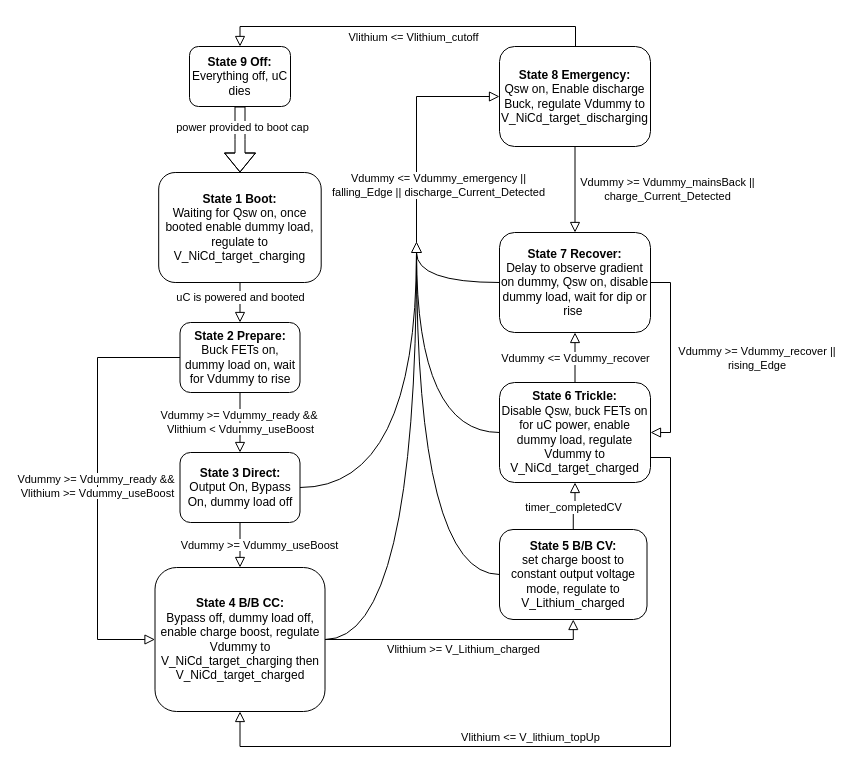
This is 202IntefaceFlowchart_CV.drawio from BStainthorpe/Flowcharts, a draw.io file, before an edit. Source tidied: cells renumbered, new cells numbered last; positions are measured from the earlier drawing's top-left corner, leaving out a move shared by most shapes. Both pictures are drawn from the tidied source at 100%, with x=0, y=0 at pixel (97, 26).
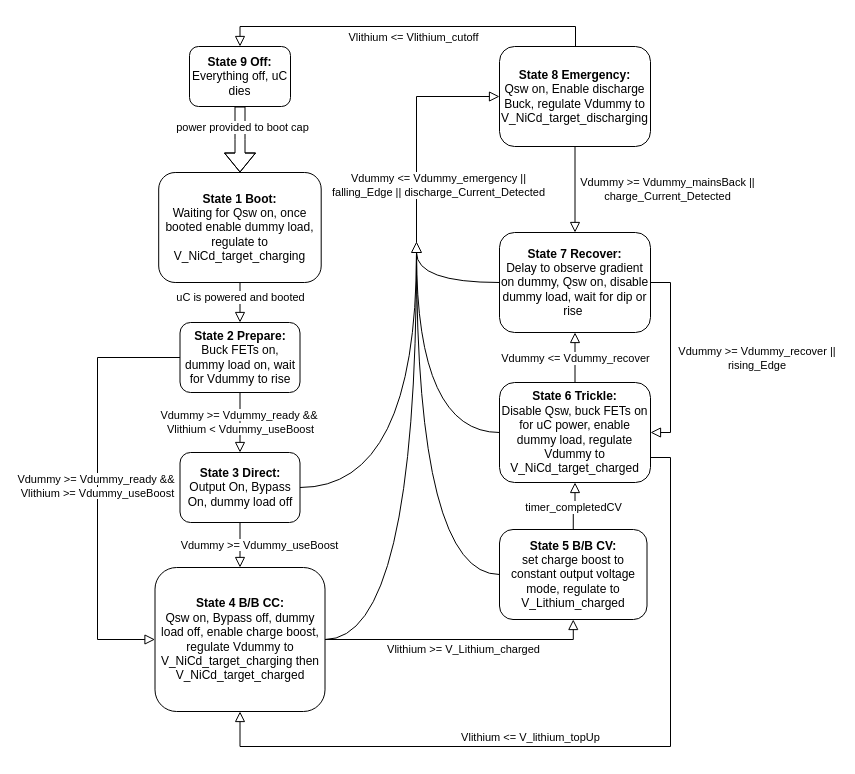
The same page after the edit.

What changed in the source:
```diff
@@
-    <mxCell id="9" value="&lt;b&gt;State 4 B/B CC:&lt;/b&gt;&lt;div&gt;Bypass off, dummy load off, enable charge boost, regulate Vdummy to V_NiCd_target_charging then V_NiCd_target_charged&lt;/div&gt;" style="rounded=1;whiteSpace=wrap;html=1;fontSize=12;glass=0;strokeWidth=1;shadow=0;" parent="1" vertex="1">
+    <mxCell id="9" value="&lt;b&gt;State 4 B/B CC:&lt;/b&gt;&lt;div&gt;Qsw on, Bypass off, dummy load off, enable charge boost, regulate Vdummy to V_NiCd_target_charging then V_NiCd_target_charged&lt;/div&gt;" style="rounded=1;whiteSpace=wrap;html=1;fontSize=12;glass=0;strokeWidth=1;shadow=0;" parent="1" vertex="1">
       <mxGeometry x="57.5" y="541" width="170" height="144" as="geometry" />
     </mxCell>
```
